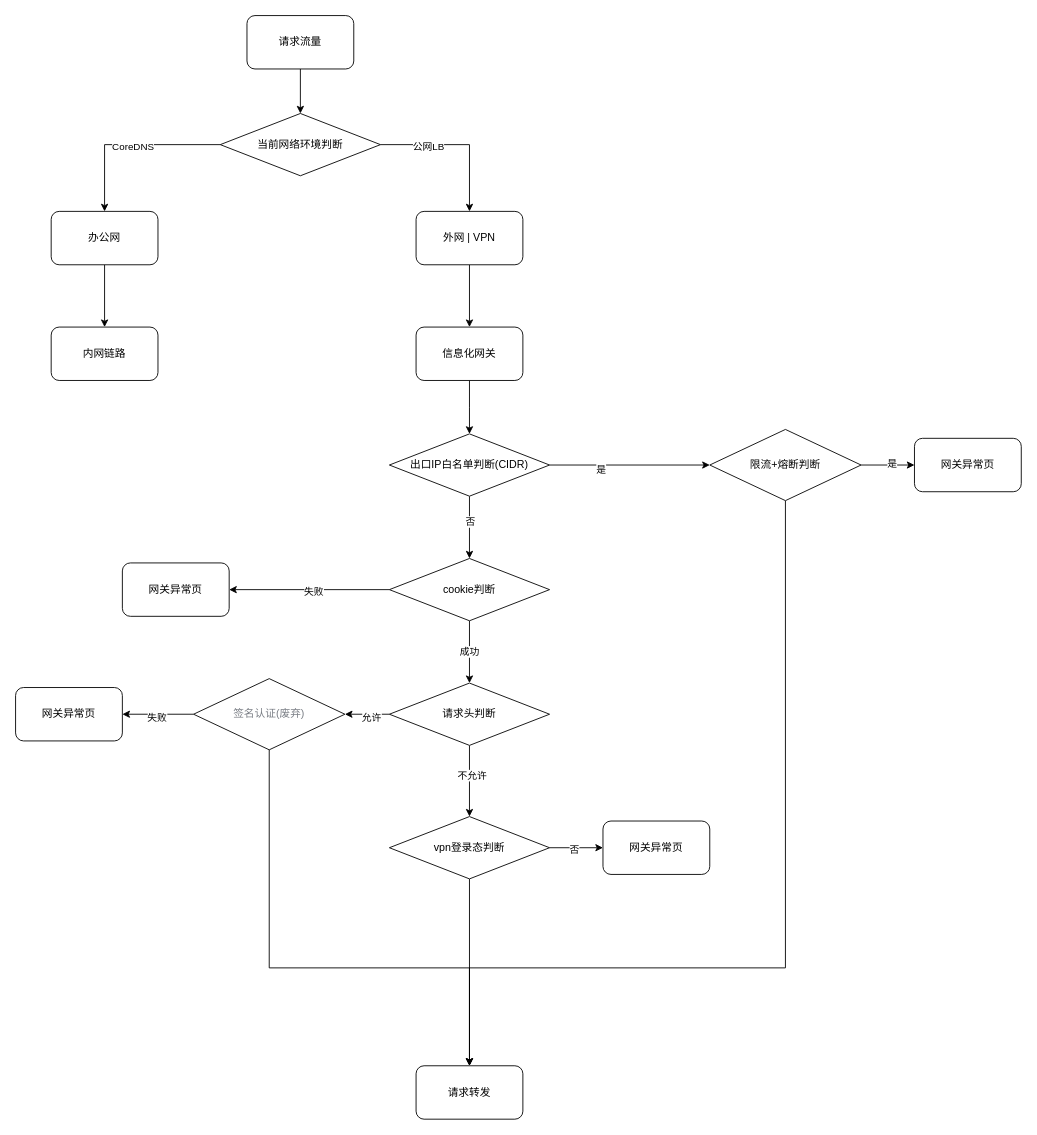
This is 信息化网关/信息化网关.drawio from gongzhxu/draw.io, a draw.io file, before an edit. Source tidied: cells renumbered, new cells numbered last; positions are measured from the earlier drawing's top-left corner, leaving out a move shared by most shapes. Both pictures are drawn from the tidied source at 89%, with x=0, y=0 at pixel (15, 15).
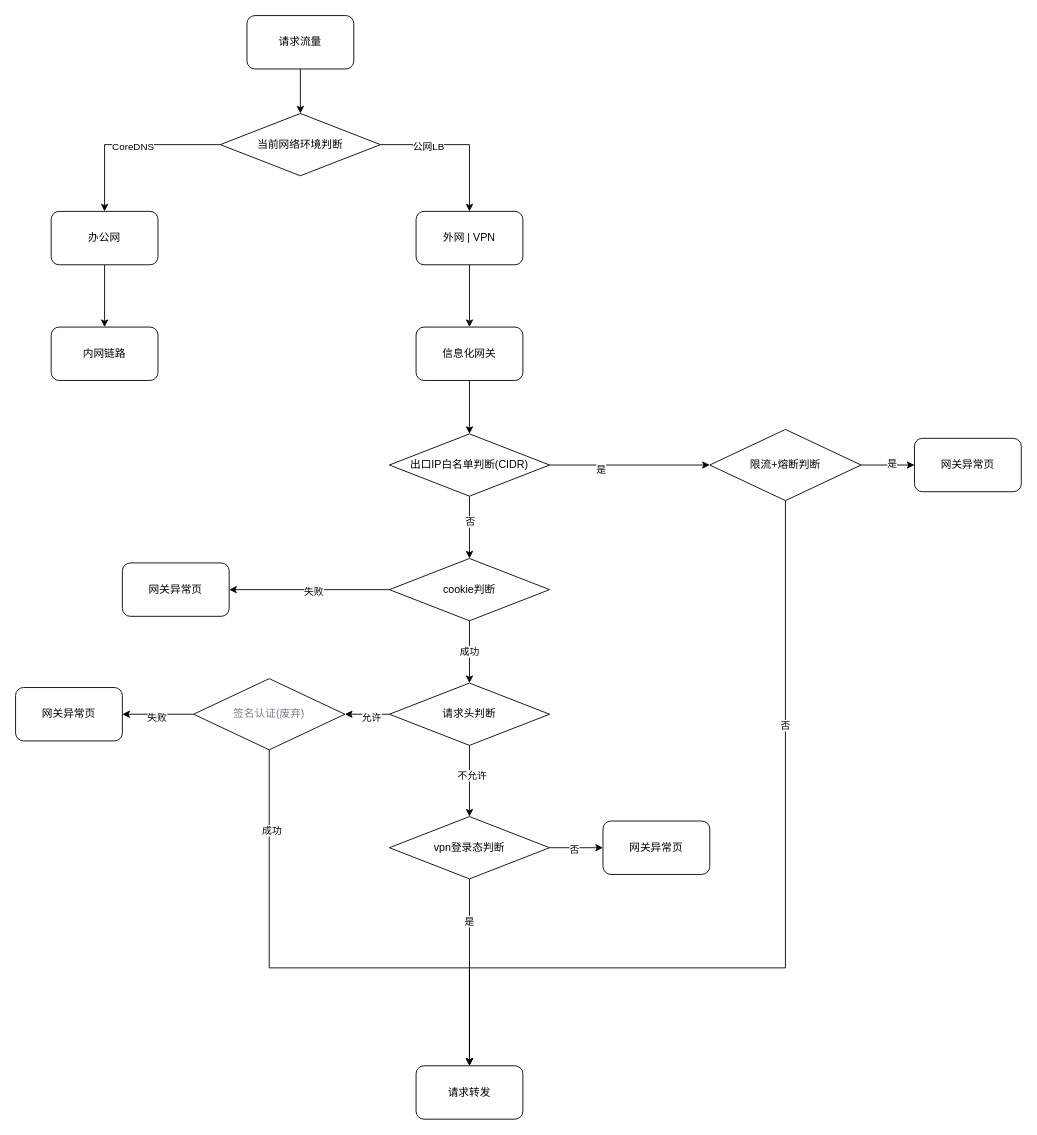
The same diagram, later.

Commit message:
更新信息化网关.drawio

The change refers to these unchanged cells:
```xml
<mxCell id="23" style="edgeStyle=orthogonalEdgeStyle;rounded=0;jettySize=auto;html=1;exitX=0.5;exitY=1;exitDx=0;exitDy=0;entryX=0.5;entryY=0;entryDx=0;entryDy=0;" parent="1" edge="1" source="24" target="44">
  <mxGeometry relative="1" as="geometry">
    <Array as="points">
      <mxPoint x="865" y="1070" />
      <mxPoint x="510" y="1070" />
    </Array>
  </mxGeometry>
</mxCell>
<mxCell id="36" style="edgeStyle=orthogonalEdgeStyle;rounded=0;jettySize=auto;html=1;entryX=0.5;entryY=0;entryDx=0;entryDy=0;" parent="1" edge="1" source="37" target="44">
  <mxGeometry relative="1" as="geometry" />
</mxCell>
<mxCell id="40" style="edgeStyle=orthogonalEdgeStyle;rounded=0;jettySize=auto;html=1;exitX=0.5;exitY=1;exitDx=0;exitDy=0;" parent="1" edge="1" source="43" target="44">
  <mxGeometry relative="1" as="geometry">
    <Array as="points">
      <mxPoint x="285" y="1070" />
      <mxPoint x="510" y="1070" />
    </Array>
  </mxGeometry>
</mxCell>
```

What changed in the source:
```diff
@@
+    <mxCell id="47" value="否" style="edgeLabel;html=1;align=center;verticalAlign=middle;" parent="23" vertex="1">
+      <mxGeometry x="-0.49" y="-1" relative="1" as="geometry" />
+    </mxCell>
@@
+    <mxCell id="48" value="是" style="edgeLabel;html=1;align=center;verticalAlign=middle;" parent="36" vertex="1">
+      <mxGeometry x="-0.55" y="-1" relative="1" as="geometry" />
+    </mxCell>
@@
+    <mxCell id="49" value="成功" style="edgeLabel;html=1;align=center;verticalAlign=middle;" parent="40" vertex="1">
+      <mxGeometry x="-0.69" y="2" relative="1" as="geometry" />
+    </mxCell>
```
